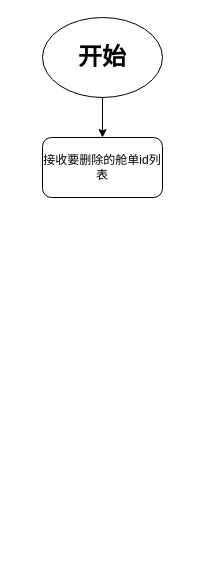
Before: manifest/已发送/删除舱单.drawio in caixuecheng/track-drawio, a draw.io diagram. Source tidied: cells renumbered, new cells numbered last; positions are measured from the earlier drawing's top-left corner, leaving out a move shared by most shapes. Both pictures are drawn from the tidied source at 100%, with x=0, y=0 at pixel (42, 17).
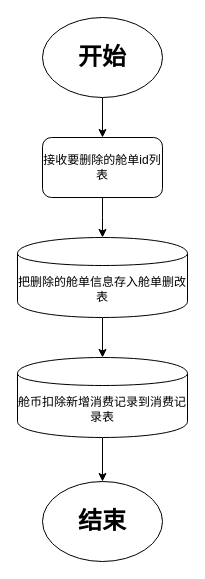
The same diagram, later.

Commit message:
更新删除舱单.drawio

Change to the diagram source:
```diff
@@
 <mxGraphModel>
   <root>
     <mxCell id="0" />
     <mxCell id="1" parent="0" />
     <mxCell id="2" style="edgeStyle=orthogonalEdgeStyle;rounded=0;jettySize=auto;html=1;" parent="1" edge="1" source="3" target="4">
       <mxGeometry relative="1" as="geometry" />
     </mxCell>
     <mxCell id="3" value="&lt;h1&gt;开始&lt;/h1&gt;" style="ellipse;whiteSpace=wrap;html=1;" parent="1" vertex="1">
       <mxGeometry width="120" height="80" as="geometry" />
     </mxCell>
+    <mxCell id="5" style="edgeStyle=orthogonalEdgeStyle;rounded=0;jettySize=auto;html=1;" parent="1" edge="1" source="4">
+      <mxGeometry relative="1" as="geometry">
+        <mxPoint x="60" y="220" as="targetPoint" />
+      </mxGeometry>
+    </mxCell>
     <mxCell id="4" value="接收要删除的舱单id列表" style="rounded=1;whiteSpace=wrap;html=1;" parent="1" vertex="1">
       <mxGeometry y="120" width="120" height="60" as="geometry" />
     </mxCell>
+    <mxCell id="6" style="edgeStyle=orthogonalEdgeStyle;rounded=0;jettySize=auto;html=1;" parent="1" edge="1" source="7" target="9">
+      <mxGeometry relative="1" as="geometry" />
+    </mxCell>
+    <mxCell id="7" value="把删除的舱单信息存入舱单删改表" style="shape=cylinder;whiteSpace=wrap;html=1;boundedLbl=1;backgroundOutline=1;" parent="1" vertex="1">
+      <mxGeometry x="-25" y="220" width="170" height="80" as="geometry" />
+    </mxCell>
+    <mxCell id="8" style="edgeStyle=orthogonalEdgeStyle;rounded=0;jettySize=auto;html=1;" parent="1" edge="1" source="9" target="10">
+      <mxGeometry relative="1" as="geometry" />
+    </mxCell>
+    <mxCell id="9" value="舱币扣除新增消费记录到消费记录表" style="shape=cylinder;whiteSpace=wrap;html=1;boundedLbl=1;backgroundOutline=1;" parent="1" vertex="1">
+      <mxGeometry x="-25" y="340" width="170" height="80" as="geometry" />
+    </mxCell>
+    <mxCell id="10" value="&lt;h1&gt;结束&lt;/h1&gt;" style="ellipse;whiteSpace=wrap;html=1;" parent="1" vertex="1">
+      <mxGeometry y="464" width="120" height="80" as="geometry" />
+    </mxCell>
   </root>
 </mxGraphModel>
```
